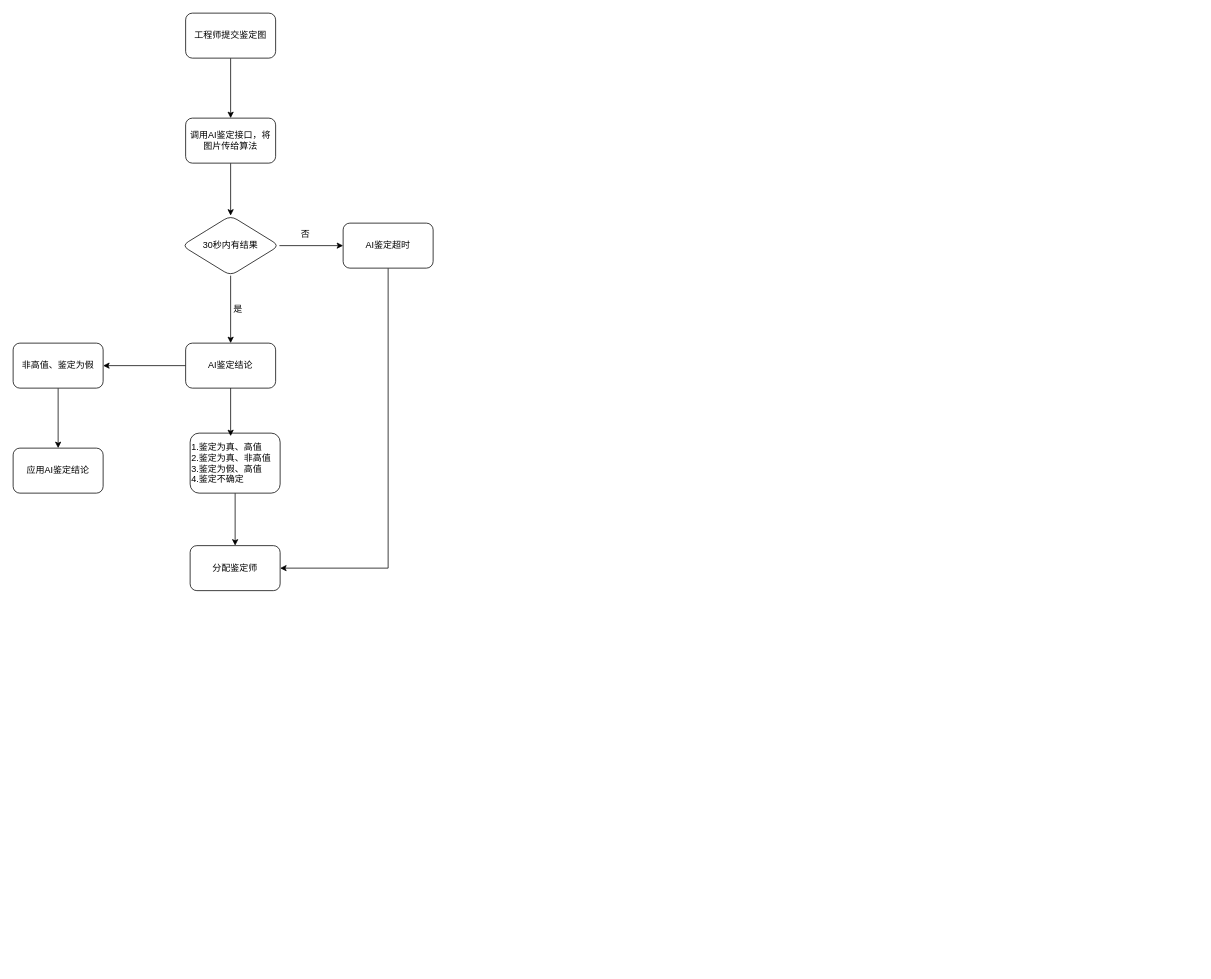
Before: AI鉴定流程图.drawio in Eiji1422/diagrams, a draw.io diagram. Source tidied: cells renumbered, new cells numbered last; positions are measured from the earlier drawing's top-left corner, leaving out a move shared by most shapes. Both pictures are drawn from the tidied source at 75%, with x=0, y=0 at pixel (13, 13).
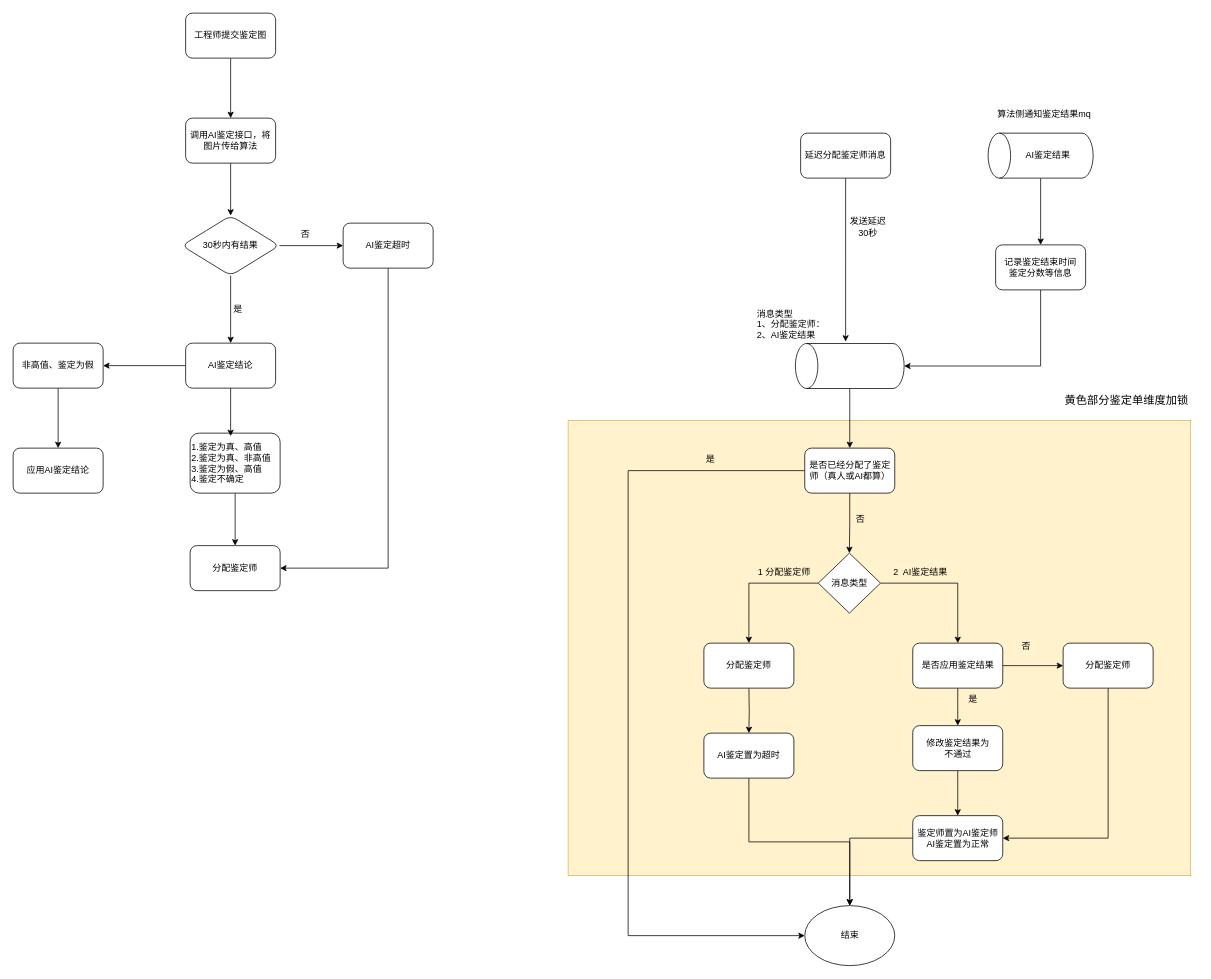
The same page after the edit.

Commit message:
更新AI鉴定流程图.drawio

Change to the diagram source:
```diff
@@
+    <mxCell id="22" style="rounded=0;whiteSpace=wrap;html=1;labelBackgroundColor=#FFFCF2;fillColor=#fff2cc;strokeColor=#d6b656;" parent="1" vertex="1">
+      <mxGeometry x="740" y="543" width="830" height="607" as="geometry" />
+    </mxCell>
@@
+    <mxCell id="23" style="edgeStyle=orthogonalEdgeStyle;rounded=0;jettySize=auto;html=1;" parent="1" edge="1" source="24">
+      <mxGeometry relative="1" as="geometry">
+        <mxPoint x="1110" y="438" as="targetPoint" />
+      </mxGeometry>
+    </mxCell>
+    <mxCell id="24" value="&lt;div&gt;延迟分配鉴定师消息&lt;/div&gt;" style="rounded=1;whiteSpace=wrap;html=1;" parent="1" vertex="1">
+      <mxGeometry x="1050" y="160" width="120" height="60" as="geometry" />
+    </mxCell>
+    <mxCell id="25" value="发送延迟30秒" style="text;html=1;whiteSpace=wrap;strokeColor=none;fillColor=none;align=center;verticalAlign=middle;rounded=0;" parent="1" vertex="1">
+      <mxGeometry x="1110" y="270" width="60" height="30" as="geometry" />
+    </mxCell>
+    <mxCell id="26" style="edgeStyle=orthogonalEdgeStyle;rounded=0;jettySize=auto;html=1;" parent="1" edge="1" source="27" target="38">
+      <mxGeometry relative="1" as="geometry" />
+    </mxCell>
+    <mxCell id="27" style="shape=cylinder3;whiteSpace=wrap;html=1;boundedLbl=1;backgroundOutline=1;size=15;rotation=-90;" parent="1" vertex="1">
+      <mxGeometry x="1340" y="120" width="60" height="140" as="geometry" />
+    </mxCell>
+    <mxCell id="28" value="AI鉴定结果" style="text;html=1;whiteSpace=wrap;strokeColor=none;fillColor=none;align=center;verticalAlign=middle;rounded=0;" parent="1" vertex="1">
+      <mxGeometry x="1340" y="175" width="80" height="30" as="geometry" />
+    </mxCell>
+    <mxCell id="29" style="edgeStyle=orthogonalEdgeStyle;rounded=0;jettySize=auto;html=1;" parent="1" edge="1" source="30" target="46">
+      <mxGeometry relative="1" as="geometry" />
+    </mxCell>
+    <mxCell id="30" style="shape=cylinder3;whiteSpace=wrap;html=1;boundedLbl=1;backgroundOutline=1;size=15;rotation=-90;" parent="1" vertex="1">
+      <mxGeometry x="1085.5" y="398" width="60" height="145" as="geometry" />
+    </mxCell>
+    <mxCell id="31" style="edgeStyle=orthogonalEdgeStyle;rounded=0;jettySize=auto;html=1;entryX=0.5;entryY=1;entryDx=0;entryDy=0;entryPerimeter=0;exitX=0.5;exitY=1;exitDx=0;exitDy=0;" parent="1" edge="1" source="38" target="30">
+      <mxGeometry relative="1" as="geometry" />
+    </mxCell>
+    <mxCell id="32" value="算法侧通知鉴定结果mq" style="text;html=1;whiteSpace=wrap;strokeColor=none;fillColor=none;align=center;verticalAlign=middle;rounded=0;" parent="1" vertex="1">
+      <mxGeometry x="1310" y="120" width="130" height="30" as="geometry" />
+    </mxCell>
+    <mxCell id="33" value="消息类型&lt;br&gt;1、分配鉴定师：&lt;div&gt;2、AI鉴定结果&lt;/div&gt;" style="text;html=1;whiteSpace=wrap;strokeColor=none;fillColor=none;align=left;verticalAlign=middle;rounded=0;" parent="1" vertex="1">
+      <mxGeometry x="990" y="400" width="120" height="30" as="geometry" />
+    </mxCell>
+    <mxCell id="34" style="edgeStyle=orthogonalEdgeStyle;rounded=0;jettySize=auto;html=1;" parent="1" edge="1" source="36" target="41">
+      <mxGeometry relative="1" as="geometry" />
+    </mxCell>
+    <mxCell id="35" style="edgeStyle=orthogonalEdgeStyle;rounded=0;jettySize=auto;html=1;" parent="1" edge="1" source="36" target="52">
+      <mxGeometry relative="1" as="geometry" />
+    </mxCell>
+    <mxCell id="36" value="消息类型" style="rhombus;whiteSpace=wrap;html=1;" parent="1" vertex="1">
+      <mxGeometry x="1073.5" y="720" width="83" height="80" as="geometry" />
+    </mxCell>
+    <mxCell id="37" value="1 分配鉴定师" style="text;html=1;whiteSpace=wrap;strokeColor=none;fillColor=none;align=center;verticalAlign=middle;rounded=0;" parent="1" vertex="1">
+      <mxGeometry x="986.5" y="729.5" width="83" height="30" as="geometry" />
+    </mxCell>
+    <mxCell id="38" value="记录鉴定结束时间&lt;br&gt;鉴定分数等信息" style="rounded=1;whiteSpace=wrap;html=1;" parent="1" vertex="1">
+      <mxGeometry x="1310" y="309" width="120" height="60" as="geometry" />
+    </mxCell>
+    <mxCell id="39" style="edgeStyle=orthogonalEdgeStyle;rounded=0;jettySize=auto;html=1;" parent="1" edge="1" source="41" target="55">
+      <mxGeometry relative="1" as="geometry" />
+    </mxCell>
+    <mxCell id="40" style="edgeStyle=orthogonalEdgeStyle;rounded=0;jettySize=auto;html=1;" parent="1" edge="1" source="41" target="58">
+      <mxGeometry relative="1" as="geometry" />
+    </mxCell>
+    <mxCell id="41" value="是否应用鉴定结果" style="rounded=1;whiteSpace=wrap;html=1;" parent="1" vertex="1">
+      <mxGeometry x="1199.5" y="840" width="120" height="60" as="geometry" />
+    </mxCell>
+    <mxCell id="42" value="2&amp;nbsp; AI鉴定结果" style="text;html=1;whiteSpace=wrap;strokeColor=none;fillColor=none;align=center;verticalAlign=middle;rounded=0;" parent="1" vertex="1">
+      <mxGeometry x="1169.5" y="729.5" width="80" height="30" as="geometry" />
+    </mxCell>
+    <mxCell id="43" style="edgeStyle=orthogonalEdgeStyle;rounded=0;jettySize=auto;html=1;" parent="1" edge="1" target="51">
+      <mxGeometry relative="1" as="geometry">
+        <mxPoint x="981" y="900" as="sourcePoint" />
+      </mxGeometry>
+    </mxCell>
+    <mxCell id="44" style="edgeStyle=orthogonalEdgeStyle;rounded=0;jettySize=auto;html=1;" parent="1" edge="1" source="46" target="36">
+      <mxGeometry relative="1" as="geometry" />
+    </mxCell>
+    <mxCell id="45" style="edgeStyle=orthogonalEdgeStyle;rounded=0;jettySize=auto;html=1;entryX=0;entryY=0.5;entryDx=0;entryDy=0;" parent="1" edge="1" source="46" target="48">
+      <mxGeometry relative="1" as="geometry">
+        <Array as="points">
+          <mxPoint x="820" y="610" />
+          <mxPoint x="820" y="1230" />
+        </Array>
+      </mxGeometry>
+    </mxCell>
+    <mxCell id="46" value="是否已经分配了鉴定师（真人或AI都算）" style="rounded=1;whiteSpace=wrap;html=1;" parent="1" vertex="1">
+      <mxGeometry x="1055.5" y="580" width="120" height="60" as="geometry" />
+    </mxCell>
+    <mxCell id="47" value="否" style="text;html=1;whiteSpace=wrap;strokeColor=none;fillColor=none;align=center;verticalAlign=middle;rounded=0;" parent="1" vertex="1">
+      <mxGeometry x="1100" y="660" width="60" height="30" as="geometry" />
+    </mxCell>
+    <mxCell id="48" value="结束" style="ellipse;whiteSpace=wrap;html=1;" parent="1" vertex="1">
+      <mxGeometry x="1055.5" y="1190" width="120" height="80" as="geometry" />
+    </mxCell>
+    <mxCell id="49" value="是" style="text;html=1;whiteSpace=wrap;strokeColor=none;fillColor=none;align=center;verticalAlign=middle;rounded=0;" parent="1" vertex="1">
+      <mxGeometry x="900" y="580" width="60" height="30" as="geometry" />
+    </mxCell>
+    <mxCell id="50" style="edgeStyle=orthogonalEdgeStyle;rounded=0;jettySize=auto;html=1;entryX=0.5;entryY=0;entryDx=0;entryDy=0;exitX=0.5;exitY=1;exitDx=0;exitDy=0;" parent="1" edge="1" source="51" target="48">
+      <mxGeometry relative="1" as="geometry" />
+    </mxCell>
+    <mxCell id="51" value="AI鉴定置为超时" style="rounded=1;whiteSpace=wrap;html=1;" parent="1" vertex="1">
+      <mxGeometry x="921" y="960" width="120" height="60" as="geometry" />
+    </mxCell>
+    <mxCell id="52" value="分配鉴定师" style="rounded=1;whiteSpace=wrap;html=1;" parent="1" vertex="1">
+      <mxGeometry x="921" y="840" width="120" height="60" as="geometry" />
+    </mxCell>
+    <mxCell id="53" value="黄色部分鉴定单维度加锁" style="text;html=1;whiteSpace=wrap;strokeColor=none;fillColor=none;align=center;verticalAlign=middle;rounded=0;fontSize=15;" parent="1" vertex="1">
+      <mxGeometry x="1390" y="500" width="190" height="30" as="geometry" />
+    </mxCell>
+    <mxCell id="54" style="edgeStyle=orthogonalEdgeStyle;rounded=0;jettySize=auto;html=1;" parent="1" edge="1" source="55" target="61">
+      <mxGeometry relative="1" as="geometry" />
+    </mxCell>
+    <mxCell id="55" value="修改鉴定结果为&lt;br&gt;不通过" style="whiteSpace=wrap;html=1;rounded=1;" parent="1" vertex="1">
+      <mxGeometry x="1199.5" y="950" width="120" height="60" as="geometry" />
+    </mxCell>
+    <mxCell id="56" value="是" style="text;html=1;whiteSpace=wrap;strokeColor=none;fillColor=none;align=center;verticalAlign=middle;rounded=0;" parent="1" vertex="1">
+      <mxGeometry x="1249.5" y="900" width="60" height="30" as="geometry" />
+    </mxCell>
+    <mxCell id="57" style="edgeStyle=orthogonalEdgeStyle;rounded=0;jettySize=auto;html=1;entryX=1;entryY=0.5;entryDx=0;entryDy=0;exitX=0.5;exitY=1;exitDx=0;exitDy=0;" parent="1" edge="1" source="58" target="61">
+      <mxGeometry relative="1" as="geometry" />
+    </mxCell>
+    <mxCell id="58" value="分配鉴定师" style="whiteSpace=wrap;html=1;rounded=1;" parent="1" vertex="1">
+      <mxGeometry x="1400" y="840" width="120" height="60" as="geometry" />
+    </mxCell>
+    <mxCell id="59" value="否" style="text;html=1;whiteSpace=wrap;strokeColor=none;fillColor=none;align=center;verticalAlign=middle;rounded=0;" parent="1" vertex="1">
+      <mxGeometry x="1321" y="828.5" width="60" height="30" as="geometry" />
+    </mxCell>
+    <mxCell id="60" style="edgeStyle=orthogonalEdgeStyle;rounded=0;jettySize=auto;html=1;" parent="1" edge="1" source="61" target="48">
+      <mxGeometry relative="1" as="geometry" />
+    </mxCell>
+    <mxCell id="61" value="鉴定师置为AI鉴定师&lt;br&gt;AI鉴定置为正常" style="whiteSpace=wrap;html=1;rounded=1;" parent="1" vertex="1">
+      <mxGeometry x="1199.5" y="1070" width="120" height="60" as="geometry" />
+    </mxCell>
```
